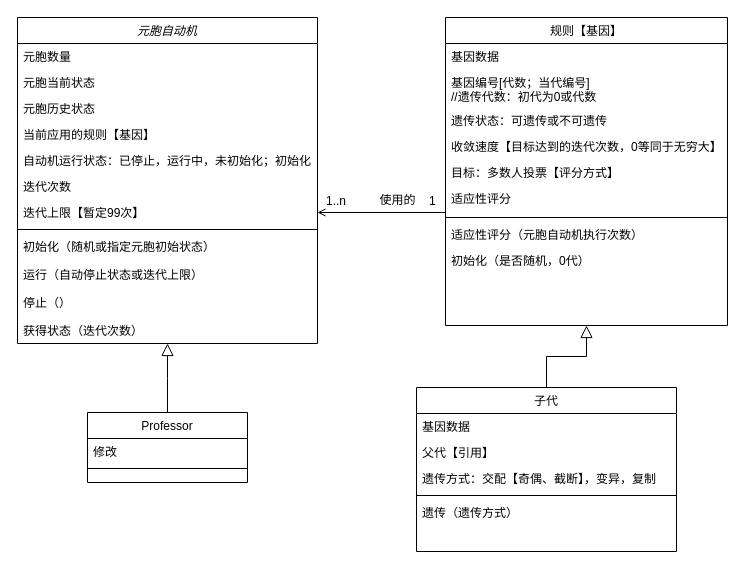
Before: 元胞自动机V0.5.drawio in ligumi/CellularAutomataProject, a draw.io diagram. Source tidied: cells renumbered, new cells numbered last; positions are measured from the earlier drawing's top-left corner, leaving out a move shared by most shapes. Both pictures are drawn from the tidied source at 100%, with x=0, y=0 at pixel (17, 17).
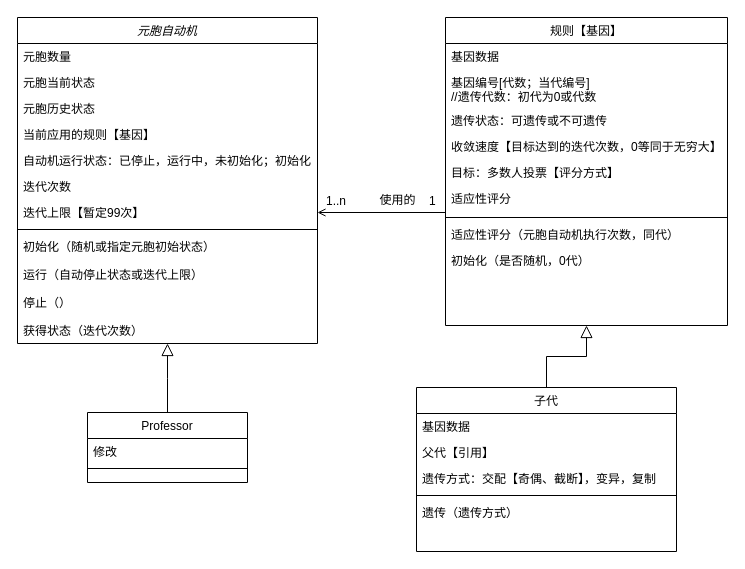
The same page after the edit.

Commit message:
Update 元胞自动机V0.5.drawio

The change refers to these unchanged cells:
```xml
<mxCell id="26" value="规则【基因】" style="swimlane;fontStyle=0;align=center;verticalAlign=top;horizontal=1;startSize=26;rounded=0;shadow=0;strokeWidth=1;" parent="1" vertex="1">
  <mxGeometry x="428" width="282" height="308" as="geometry" />
</mxCell>
```

What changed in the source:
```diff
@@
-    <mxCell id="34" value="适应性评分（元胞自动机执行次数）" style="text;align=left;verticalAlign=top;spacingLeft=4;spacingRight=4;overflow=hidden;" parent="26" vertex="1">
+    <mxCell id="34" value="适应性评分（元胞自动机执行次数，同代）" style="text;align=left;verticalAlign=top;spacingLeft=4;spacingRight=4;overflow=hidden;" parent="26" vertex="1">
       <mxGeometry y="204" width="282" height="26" as="geometry" />
     </mxCell>
```
